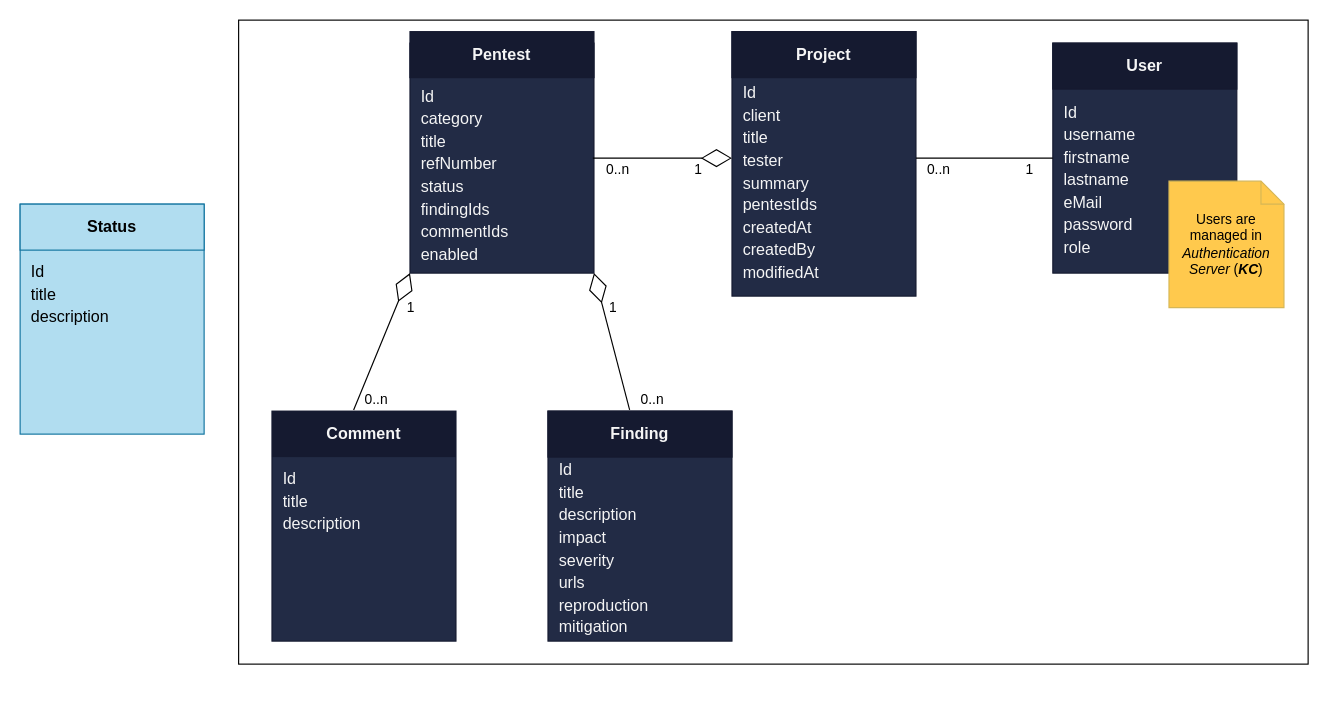
Above: page "Datastructure" (2 of 5) of wiki/C4PO.drawio in marcel-haag/security-c4po (draw.io), before the change. Source tidied: cells renumbered, new cells numbered last; positions are measured from the earlier drawing's top-left corner, leaving out a move shared by most shapes. Both pictures are drawn from the tidied source at 115%, with x=0, y=0 at pixel (20, 20).
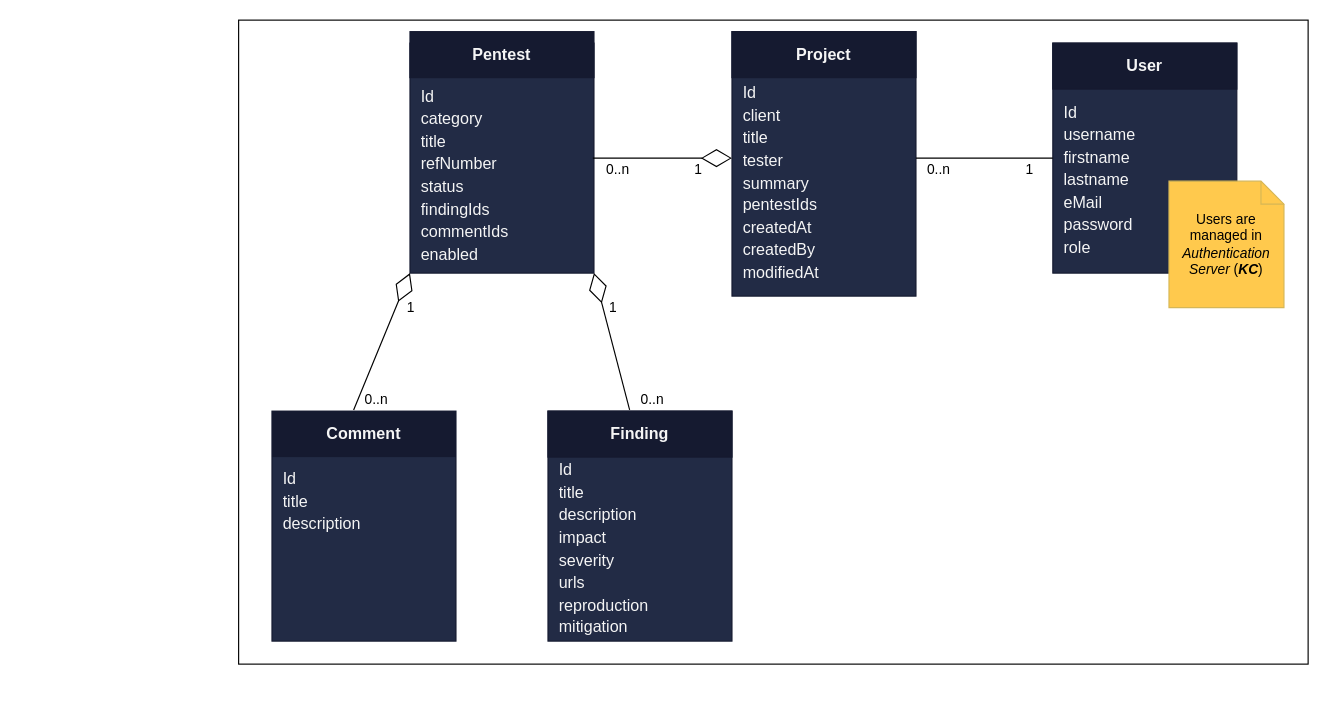
Above is the later version.

Change to the diagram source:
```diff
@@
-    <mxCell id="25" value="&lt;div&gt;&lt;span style=&quot;font-size: 14px&quot;&gt;&lt;br&gt;&lt;/span&gt;&lt;/div&gt;&lt;font style=&quot;font-size: 14px ; line-height: 140%&quot;&gt;&lt;div&gt;&lt;span&gt;&amp;nbsp; Id&lt;/span&gt;&lt;/div&gt;&lt;div&gt;&lt;span&gt;&amp;nbsp; title&lt;br&gt;&lt;/span&gt;&lt;/div&gt;&lt;div&gt;&lt;span&gt;&amp;nbsp; description&lt;/span&gt;&lt;/div&gt;&lt;div&gt;&lt;span&gt;&lt;br&gt;&lt;/span&gt;&lt;/div&gt;&lt;div&gt;&lt;span&gt;&lt;br&gt;&lt;/span&gt;&lt;/div&gt;&lt;div&gt;&lt;span&gt;&lt;br&gt;&lt;/span&gt;&lt;/div&gt;&lt;/font&gt;" style="rounded=0;whiteSpace=wrap;html=1;fillColor=#b1ddf0;strokeColor=#10739e;align=left;" parent="1" vertex="1">
-      <mxGeometry y="160" width="160" height="200" as="geometry" />
-    </mxCell>
-    <mxCell id="26" value="&lt;b&gt;&lt;font style=&quot;font-size: 14px&quot;&gt;Status&lt;/font&gt;&lt;/b&gt;" style="rounded=0;whiteSpace=wrap;html=1;fillColor=#b1ddf0;strokeColor=#10739e;" parent="1" vertex="1">
-      <mxGeometry y="160" width="160" height="40" as="geometry" />
-    </mxCell>
```
